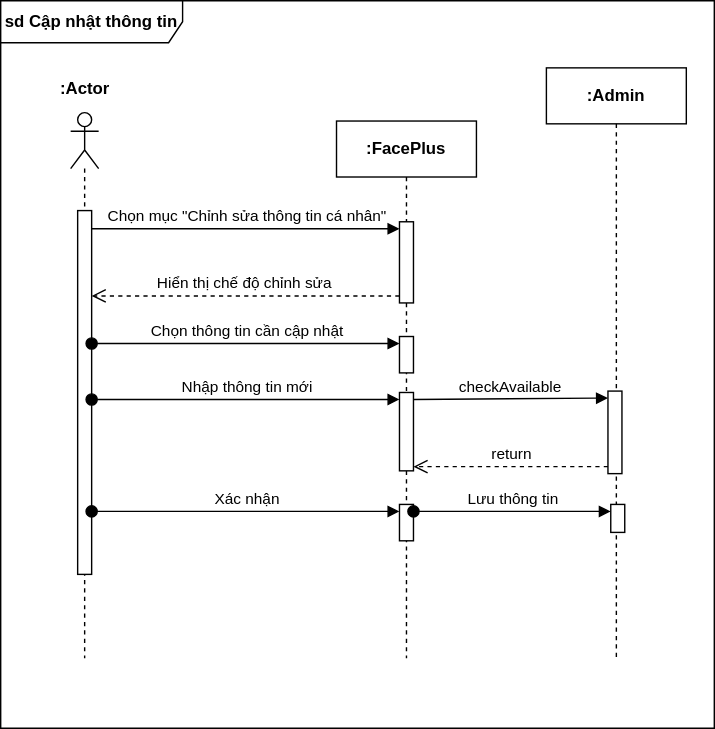
Above: [W3] SequenceDiagram 1.drawio.svg in ntmly/ThuchanhphattrienhethongTTNT (draw.io), before the change. Source tidied: cells renumbered, new cells last; positions are measured from the earlier drawing's top-left corner, leaving out a move shared by most shapes.
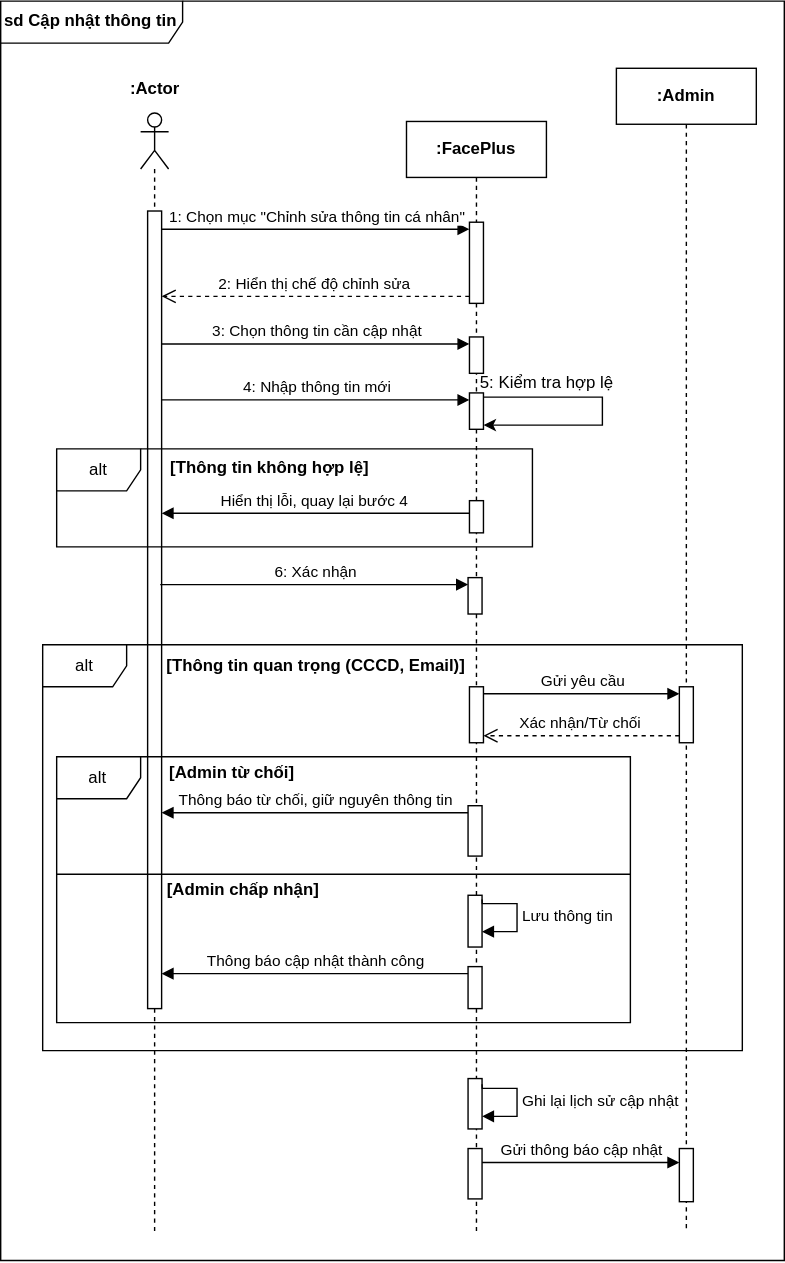
After the change.

Commit message:
Cập nhật [W3] SequenceDiagram 1.drawio.svg

Change to the diagram source:
```diff
@@ -3,19 +3,19 @@
     <mxCell id="0" />
     <mxCell id="1" parent="0" />
     <mxCell id="2" value="&lt;b&gt;sd Cập nhật thông tin&lt;/b&gt;" style="shape=umlFrame;whiteSpace=wrap;html=1;width=130;height=30;" parent="1" vertex="1">
-      <mxGeometry width="510" height="520" as="geometry" />
+      <mxGeometry x="-50" width="560" height="900" as="geometry" />
     </mxCell>
     <mxCell id="3" style="shape=umlLifeline;perimeter=lifelinePerimeter;whiteSpace=wrap;html=1;newEdgeStyle={&quot;curved&quot;:0,&quot;rounded&quot;:0};participant=umlActor;" parent="1" vertex="1">
-      <mxGeometry x="50" y="80" width="20" height="390" as="geometry" />
+      <mxGeometry x="50" y="80" width="20" height="800" as="geometry" />
     </mxCell>
     <mxCell id="4" style="html=1;points=[[0,0,0,0,5],[0,1,0,0,-5],[1,0,0,0,5],[1,1,0,0,-5]];perimeter=orthogonalPerimeter;outlineConnect=0;targetShapes=umlLifeline;portConstraint=eastwest;newEdgeStyle={&quot;curved&quot;:0,&quot;rounded&quot;:0};" parent="3" vertex="1">
-      <mxGeometry x="5" y="70" width="10" height="260" as="geometry" />
+      <mxGeometry x="5" y="70" width="10" height="570" as="geometry" />
     </mxCell>
     <mxCell id="5" value="&lt;b&gt;:Actor&lt;/b&gt;" style="text;html=1;align=center;verticalAlign=middle;strokeColor=none;fillColor=none;" parent="1" vertex="1">
       <mxGeometry x="30" y="48" width="60" height="30" as="geometry" />
     </mxCell>
     <mxCell id="6" value="&lt;b&gt;:FacePlus&lt;/b&gt;" style="shape=umlLifeline;perimeter=lifelinePerimeter;whiteSpace=wrap;html=1;newEdgeStyle={&quot;curved&quot;:0,&quot;rounded&quot;:0};" parent="1" vertex="1">
-      <mxGeometry x="240" y="86" width="100" height="384" as="geometry" />
+      <mxGeometry x="240" y="86" width="100" height="794" as="geometry" />
     </mxCell>
     <mxCell id="7" style="html=1;points=[[0,0,0,0,5],[0,1,0,0,-5],[1,0,0,0,5],[1,1,0,0,-5]];perimeter=orthogonalPerimeter;outlineConnect=0;targetShapes=umlLifeline;portConstraint=eastwest;newEdgeStyle={&quot;curved&quot;:0,&quot;rounded&quot;:0};" parent="6" vertex="1">
       <mxGeometry x="45" y="72" width="10" height="58" as="geometry" />
@@ -24,43 +24,134 @@
       <mxGeometry x="45" y="154" width="10" height="26" as="geometry" />
     </mxCell>
     <mxCell id="9" style="html=1;points=[[0,0,0,0,5],[0,1,0,0,-5],[1,0,0,0,5],[1,1,0,0,-5]];perimeter=orthogonalPerimeter;outlineConnect=0;targetShapes=umlLifeline;portConstraint=eastwest;newEdgeStyle={&quot;curved&quot;:0,&quot;rounded&quot;:0};" parent="6" vertex="1">
-      <mxGeometry x="45" y="194" width="10" height="56" as="geometry" />
+      <mxGeometry x="45" y="194" width="10" height="26" as="geometry" />
     </mxCell>
     <mxCell id="10" style="html=1;points=[[0,0,0,0,5],[0,1,0,0,-5],[1,0,0,0,5],[1,1,0,0,-5]];perimeter=orthogonalPerimeter;outlineConnect=0;targetShapes=umlLifeline;portConstraint=eastwest;newEdgeStyle={&quot;curved&quot;:0,&quot;rounded&quot;:0};" parent="6" vertex="1">
-      <mxGeometry x="45" y="274" width="10" height="26" as="geometry" />
+      <mxGeometry x="44" y="326" width="10" height="26" as="geometry" />
     </mxCell>
+    <mxCell id="22" style="endArrow=classic;html=1;rounded=0;" parent="6" edge="1" source="9" target="9">
+      <mxGeometry relative="1" as="geometry">
+        <Array as="points">
+          <mxPoint x="140" y="199" />
+        </Array>
+      </mxGeometry>
+    </mxCell>
+    <mxCell id="23" style="html=1;points=[[0,0,0,0,5],[0,1,0,0,-5],[1,0,0,0,5],[1,1,0,0,-5]];perimeter=orthogonalPerimeter;outlineConnect=0;targetShapes=umlLifeline;portConstraint=eastwest;newEdgeStyle={&quot;curved&quot;:0,&quot;rounded&quot;:0};" parent="6" vertex="1">
+      <mxGeometry x="44" y="489" width="10" height="36" as="geometry" />
+    </mxCell>
+    <mxCell id="24" style="html=1;perimeter=orthogonalPerimeter;targetShapes=umlLifeline;newEdgeStyle={&quot;curved&quot;:0,&quot;rounded&quot;:0};" parent="6" vertex="1">
+      <mxGeometry x="44" y="553" width="10" height="37" as="geometry" />
+    </mxCell>
+    <mxCell id="21" value="Lưu thông tin" style="html=1;align=left;spacingLeft=2;endArrow=block;rounded=0;edgeStyle=orthogonalEdgeStyle;curved=0;rounded=0;" parent="6" edge="1">
+      <mxGeometry relative="1" as="geometry">
+        <mxPoint x="54" y="556" as="sourcePoint" />
+        <mxPoint x="54" y="579" as="targetPoint" />
+        <Array as="points">
+          <mxPoint x="79" y="559" />
+          <mxPoint x="79" y="579" />
+        </Array>
+      </mxGeometry>
+    </mxCell>
+    <mxCell id="25" style="html=1;points=[[0,0,0,0,5],[0,1,0,0,-5],[1,0,0,0,5],[1,1,0,0,-5]];perimeter=orthogonalPerimeter;outlineConnect=0;targetShapes=umlLifeline;portConstraint=eastwest;newEdgeStyle={&quot;curved&quot;:0,&quot;rounded&quot;:0};" parent="6" vertex="1">
+      <mxGeometry x="44" y="604" width="10" height="30" as="geometry" />
+    </mxCell>
+    <mxCell id="26" style="html=1;perimeter=orthogonalPerimeter;targetShapes=umlLifeline;newEdgeStyle={&quot;curved&quot;:0,&quot;rounded&quot;:0};" parent="6" vertex="1">
+      <mxGeometry x="44" y="684" width="10" height="36" as="geometry" />
+    </mxCell>
+    <mxCell id="27" value="Ghi lại lịch sử cập nhật" style="html=1;align=left;spacingLeft=2;endArrow=block;rounded=0;edgeStyle=orthogonalEdgeStyle;curved=0;rounded=0;" parent="6" edge="1">
+      <mxGeometry relative="1" as="geometry">
+        <mxPoint x="54" y="688" as="sourcePoint" />
+        <mxPoint x="54" y="711" as="targetPoint" />
+        <Array as="points">
+          <mxPoint x="79" y="691" />
+          <mxPoint x="79" y="711" />
+        </Array>
+      </mxGeometry>
+    </mxCell>
+    <mxCell id="28" style="html=1;points=[[0,0,0,0,5],[0,1,0,0,-5],[1,0,0,0,5],[1,1,0,0,-5]];perimeter=orthogonalPerimeter;outlineConnect=0;targetShapes=umlLifeline;portConstraint=eastwest;newEdgeStyle={&quot;curved&quot;:0,&quot;rounded&quot;:0};" parent="6" vertex="1">
+      <mxGeometry x="44" y="734" width="10" height="36" as="geometry" />
+    </mxCell>
-    <mxCell id="11" value="Chọn mục &quot;Chỉnh sửa thông tin cá nhân&quot;" style="html=1;verticalAlign=bottom;endArrow=block;curved=0;rounded=0;entryX=0;entryY=0;entryDx=0;entryDy=5;" parent="1" edge="1" source="4" target="7">
+    <mxCell id="11" value="1: Chọn mục &quot;Chỉnh sửa thông tin cá nhân&quot;" style="html=1;verticalAlign=bottom;endArrow=block;curved=0;rounded=0;entryX=0;entryY=0;entryDx=0;entryDy=5;" parent="1" edge="1" source="4" target="7">
       <mxGeometry relative="1" as="geometry" />
     </mxCell>
-    <mxCell id="12" value="Hiển thị chế độ chỉnh sửa" style="html=1;verticalAlign=bottom;endArrow=open;dashed=1;endSize=8;curved=0;rounded=0;exitX=0;exitY=1;exitDx=0;exitDy=-5;" parent="1" edge="1" source="7" target="4">
+    <mxCell id="12" value="2: Hiển thị chế độ chỉnh sửa" style="html=1;verticalAlign=bottom;endArrow=open;dashed=1;endSize=8;curved=0;rounded=0;exitX=0;exitY=1;exitDx=0;exitDy=-5;" parent="1" edge="1" source="7" target="4">
       <mxGeometry relative="1" as="geometry" />
     </mxCell>
-    <mxCell id="13" value="Chọn thông tin cần cập nhật" style="html=1;verticalAlign=bottom;startArrow=oval;endArrow=block;startSize=8;curved=0;rounded=0;entryX=0;entryY=0;entryDx=0;entryDy=5;" parent="1" edge="1" source="4" target="8">
+    <mxCell id="13" value="3: Chọn thông tin cần cập nhật" style="html=1;verticalAlign=bottom;startArrow=none;endArrow=block;startSize=8;curved=0;rounded=0;entryX=0;entryY=0;entryDx=0;entryDy=5;startFill=0;" parent="1" edge="1" source="4" target="8">
       <mxGeometry relative="1" as="geometry" />
     </mxCell>
-    <mxCell id="14" value="Nhập thông tin mới" style="html=1;verticalAlign=bottom;startArrow=oval;endArrow=block;startSize=8;curved=0;rounded=0;entryX=0;entryY=0;entryDx=0;entryDy=5;" parent="1" edge="1" source="4" target="9">
+    <mxCell id="14" value="4: Nhập thông tin mới" style="html=1;verticalAlign=bottom;startArrow=none;endArrow=block;startSize=8;curved=0;rounded=0;entryX=0;entryY=0;entryDx=0;entryDy=5;startFill=0;" parent="1" edge="1" source="4" target="9">
       <mxGeometry relative="1" as="geometry" />
     </mxCell>
     <mxCell id="15" value="&lt;b&gt;:Admin&lt;/b&gt;" style="shape=umlLifeline;perimeter=lifelinePerimeter;whiteSpace=wrap;html=1;newEdgeStyle={&quot;curved&quot;:0,&quot;rounded&quot;:0};" parent="1" vertex="1">
-      <mxGeometry x="390" y="48" width="100" height="422" as="geometry" />
+      <mxGeometry x="390" y="48" width="100" height="832" as="geometry" />
     </mxCell>
-    <mxCell id="16" style="html=1;points=[[0,0,0,0,5],[0,1,0,0,-5],[1,0,0,0,5],[1,1,0,0,-5]];perimeter=orthogonalPerimeter;outlineConnect=0;targetShapes=umlLifeline;portConstraint=eastwest;newEdgeStyle={&quot;curved&quot;:0,&quot;rounded&quot;:0};" parent="15" vertex="1">
-      <mxGeometry x="44" y="231" width="10" height="59" as="geometry" />
-    </mxCell>
-    <mxCell id="17" value="checkAvailable" style="html=1;verticalAlign=bottom;endArrow=block;curved=0;rounded=0;entryX=0;entryY=0;entryDx=0;entryDy=5;exitX=1;exitY=0;exitDx=0;exitDy=5;exitPerimeter=0;" parent="1" edge="1" source="9" target="16">
-      <mxGeometry relative="1" as="geometry" />
-    </mxCell>
-    <mxCell id="18" value="return" style="html=1;verticalAlign=bottom;endArrow=open;dashed=1;endSize=8;curved=0;rounded=0;exitX=0;exitY=1;exitDx=0;exitDy=-5;" parent="1" edge="1" source="16" target="9">
-      <mxGeometry relative="1" as="geometry" />
-    </mxCell>
+    <mxCell id="29" style="html=1;perimeter=orthogonalPerimeter;targetShapes=umlLifeline;newEdgeStyle={&quot;curved&quot;:0,&quot;rounded&quot;:0};" parent="15" vertex="1">
+      <mxGeometry x="45" y="772" width="10" height="38" as="geometry" />
+    </mxCell>
-    <mxCell id="19" value="Xác nhận" style="html=1;verticalAlign=bottom;startArrow=oval;endArrow=block;startSize=8;curved=0;rounded=0;entryX=0;entryY=0;entryDx=0;entryDy=5;" parent="1" edge="1" source="4" target="10">
-      <mxGeometry relative="1" as="geometry" />
+    <mxCell id="19" value="6: Xác nhận" style="html=1;verticalAlign=bottom;startArrow=none;endArrow=block;startSize=8;curved=0;rounded=0;entryX=0;entryY=0;entryDx=0;entryDy=5;startFill=0;" parent="1" edge="1" target="10">
+      <mxGeometry relative="1" as="geometry">
+        <mxPoint x="64" y="417" as="sourcePoint" />
+      </mxGeometry>
     </mxCell>
-    <mxCell id="20" style="html=1;points=[[0,0,0,0,5],[0,1,0,0,-5],[1,0,0,0,5],[1,1,0,0,-5]];perimeter=orthogonalPerimeter;outlineConnect=0;targetShapes=umlLifeline;portConstraint=eastwest;newEdgeStyle={&quot;curved&quot;:0,&quot;rounded&quot;:0};" parent="1" vertex="1">
-      <mxGeometry x="436" y="360" width="10" height="20" as="geometry" />
-    </mxCell>
-    <mxCell id="21" value="Lưu thông tin" style="html=1;verticalAlign=bottom;startArrow=oval;endArrow=block;startSize=8;curved=0;rounded=0;entryX=0;entryY=0;entryDx=0;entryDy=5;exitX=1;exitY=0;exitDx=0;exitDy=5;exitPerimeter=0;" parent="1" edge="1" source="10" target="20">
-      <mxGeometry relative="1" as="geometry" />
-    </mxCell>
+    <mxCell id="30" value="5: Kiểm tra hợp lệ" style="text;html=1;align=center;verticalAlign=middle;strokeColor=none;fillColor=none;" parent="1" vertex="1">
+      <mxGeometry x="280" y="258" width="120" height="30" as="geometry" />
+    </mxCell>
+    <mxCell id="31" value="alt" style="shape=umlFrame;whiteSpace=wrap;html=1;" parent="1" vertex="1">
+      <mxGeometry x="-10" y="320" width="340" height="70" as="geometry" />
+    </mxCell>
+    <mxCell id="32" value="&lt;b&gt;[Thông tin không hợp lệ]&lt;/b&gt;" style="text;html=1;align=center;verticalAlign=middle;strokeColor=none;fillColor=none;" parent="1" vertex="1">
+      <mxGeometry x="57" y="319" width="170" height="30" as="geometry" />
+    </mxCell>
+    <mxCell id="33" style="html=1;perimeter=orthogonalPerimeter;targetShapes=umlLifeline;newEdgeStyle={&quot;curved&quot;:0,&quot;rounded&quot;:0};" parent="1" vertex="1">
+      <mxGeometry x="285" y="357" width="10" height="23" as="geometry" />
+    </mxCell>
+    <mxCell id="34" value="Hiển thị lỗi, quay lại bước 4" style="html=1;verticalAlign=bottom;endArrow=block;curved=0;rounded=0;exitX=0;exitY=0;exitDx=0;exitDy=5;exitPerimeter=0;" parent="1" edge="1">
+      <mxGeometry relative="1" as="geometry">
+        <mxPoint x="285" y="366" as="sourcePoint" />
+        <mxPoint x="65" y="366" as="targetPoint" />
+      </mxGeometry>
+    </mxCell>
+    <mxCell id="35" value="alt" style="shape=umlFrame;whiteSpace=wrap;html=1;" parent="1" vertex="1">
+      <mxGeometry x="-20" y="460" width="500" height="290" as="geometry" />
+    </mxCell>
+    <mxCell id="36" value="&lt;b&gt;[Thông tin quan trọng (CCCD, Email)]&lt;/b&gt;" style="text;html=1;align=center;verticalAlign=middle;strokeColor=none;fillColor=none;" parent="1" vertex="1">
+      <mxGeometry x="55" y="460" width="240" height="30" as="geometry" />
+    </mxCell>
+    <mxCell id="37" style="html=1;points=[[0,0,0,0,5],[0,1,0,0,-5],[1,0,0,0,5],[1,1,0,0,-5]];perimeter=orthogonalPerimeter;outlineConnect=0;targetShapes=umlLifeline;portConstraint=eastwest;newEdgeStyle={&quot;curved&quot;:0,&quot;rounded&quot;:0};" parent="1" vertex="1">
+      <mxGeometry x="285" y="490" width="10" height="40" as="geometry" />
+    </mxCell>
+    <mxCell id="38" style="html=1;points=[[0,0,0,0,5],[0,1,0,0,-5],[1,0,0,0,5],[1,1,0,0,-5]];perimeter=orthogonalPerimeter;outlineConnect=0;targetShapes=umlLifeline;portConstraint=eastwest;newEdgeStyle={&quot;curved&quot;:0,&quot;rounded&quot;:0};" parent="1" vertex="1">
+      <mxGeometry x="435" y="490" width="10" height="40" as="geometry" />
+    </mxCell>
+    <mxCell id="39" value="Gửi yêu cầu" style="html=1;verticalAlign=bottom;endArrow=block;curved=0;rounded=0;entryX=0;entryY=0;entryDx=0;entryDy=5;exitX=1;exitY=0;exitDx=0;exitDy=5;exitPerimeter=0;" parent="1" edge="1" source="37" target="38">
+      <mxGeometry relative="1" as="geometry" />
+    </mxCell>
+    <mxCell id="40" value="Xác nhận/Từ chối" style="html=1;verticalAlign=bottom;endArrow=open;dashed=1;endSize=8;curved=0;rounded=0;exitX=0;exitY=1;exitDx=0;exitDy=-5;entryX=1;entryY=1;entryDx=0;entryDy=-5;entryPerimeter=0;" parent="1" edge="1" source="38" target="37">
+      <mxGeometry relative="1" as="geometry" />
+    </mxCell>
+    <mxCell id="41" value="alt" style="shape=umlFrame;whiteSpace=wrap;html=1;" parent="1" vertex="1">
+      <mxGeometry x="-10" y="540" width="410" height="190" as="geometry" />
+    </mxCell>
+    <mxCell id="42" value="&lt;b&gt;[Admin từ chối]&lt;/b&gt;" style="text;html=1;align=center;verticalAlign=middle;strokeColor=none;fillColor=none;" parent="1" vertex="1">
+      <mxGeometry x="60" y="537" width="110" height="30" as="geometry" />
+    </mxCell>
+    <mxCell id="43" value="Thông báo từ chối, giữ nguyên thông tin" style="html=1;verticalAlign=bottom;endArrow=block;curved=0;rounded=0;exitX=0;exitY=0;exitDx=0;exitDy=5;exitPerimeter=0;" parent="1" edge="1" source="23" target="4">
+      <mxGeometry relative="1" as="geometry" />
+    </mxCell>
+    <mxCell id="44" style="line;strokeWidth=1;fillColor=none;align=left;verticalAlign=middle;spacingTop=-1;spacingLeft=3;spacingRight=3;labelPosition=right;strokeColor=inherit;" parent="1" vertex="1">
+      <mxGeometry x="-10" y="620" width="410" height="8" as="geometry" />
+    </mxCell>
+    <mxCell id="45" value="&lt;b&gt;[Admin chấp nhận]&lt;/b&gt;" style="text;html=1;align=center;verticalAlign=middle;strokeColor=none;fillColor=none;" parent="1" vertex="1">
+      <mxGeometry x="58" y="620" width="130" height="30" as="geometry" />
+    </mxCell>
+    <mxCell id="46" value="Thông báo cập nhật thành công" style="html=1;verticalAlign=bottom;endArrow=block;curved=0;rounded=0;exitX=0;exitY=0;exitDx=0;exitDy=5;exitPerimeter=0;" parent="1" edge="1" source="25" target="4">
+      <mxGeometry relative="1" as="geometry" />
+    </mxCell>
+    <mxCell id="47" value="Gửi thông báo cập nhật" style="html=1;verticalAlign=bottom;endArrow=block;curved=0;rounded=0;" parent="1" edge="1" source="28">
+      <mxGeometry relative="1" as="geometry">
+        <mxPoint x="435" y="830" as="targetPoint" />
+      </mxGeometry>
+    </mxCell>
   </root>
 </mxGraphModel>
```
